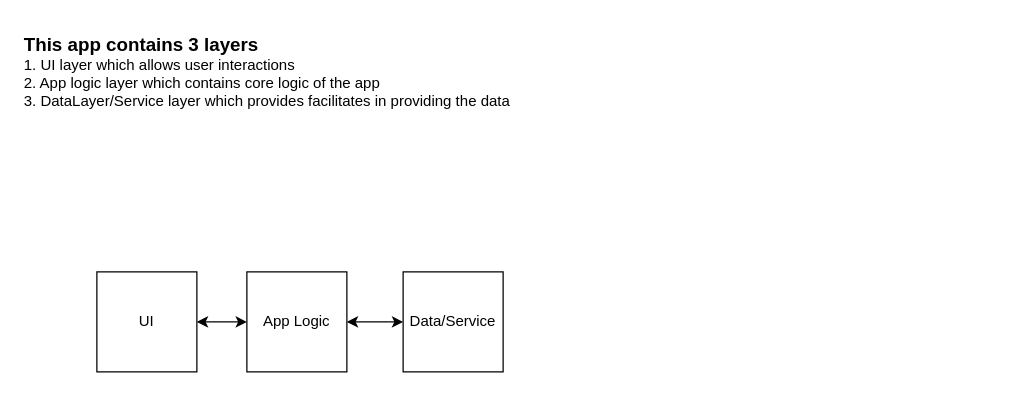
This is syntaxdb/architecture.drawio from iamnmanoj/100-days-of-code, a draw.io file, before an edit. Source tidied: cells renumbered, new cells numbered last; positions are measured from the earlier drawing's top-left corner, leaving out a move shared by most shapes. Both pictures are drawn from the tidied source at 125%, with x=0, y=0 at pixel (21, 21).
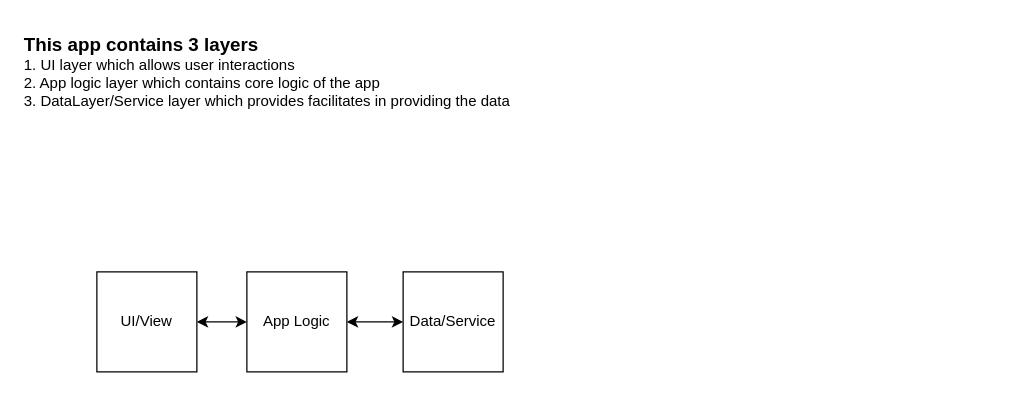
The same page after the edit.

Commit message:
updated architecture diagram

What changed in the source:
```diff
@@
 <mxGraphModel>
   <root>
     <mxCell id="0" />
     <mxCell id="1" parent="0" />
-    <mxCell id="2" value="UI" style="whiteSpace=wrap;html=1;" parent="1" vertex="1">
+    <mxCell id="2" value="UI/View" style="whiteSpace=wrap;html=1;" parent="1" vertex="1">
       <mxGeometry x="60" y="200" width="80" height="80" as="geometry" />
     </mxCell>
     <mxCell id="3" value="App Logic" style="whiteSpace=wrap;html=1;" parent="1" vertex="1">
       <mxGeometry x="180" y="200" width="80" height="80" as="geometry" />
     </mxCell>
     <mxCell id="4" value="Data/Service" style="whiteSpace=wrap;html=1;" parent="1" vertex="1">
       <mxGeometry x="305" y="200" width="80" height="80" as="geometry" />
     </mxCell>
     <mxCell id="5" style="endArrow=classic;startArrow=classic;html=1;rounded=0;" parent="1" edge="1" source="2" target="3">
       <mxGeometry relative="1" as="geometry" />
     </mxCell>
     <mxCell id="6" style="endArrow=classic;startArrow=classic;html=1;rounded=0;" parent="1" edge="1" source="3" target="4">
       <mxGeometry relative="1" as="geometry" />
     </mxCell>
     <mxCell id="7" value="&lt;b style=&quot;font-size: 15px;&quot;&gt;This app contains 3 layers&lt;br&gt;&lt;/b&gt;1. UI layer which allows user interactions&lt;br&gt;2. App logic layer which contains core logic of the app&lt;br&gt;3. DataLayer/Service layer which provides facilitates in providing the data" style="text;html=1;strokeColor=none;fillColor=none;align=left;verticalAlign=middle;whiteSpace=wrap;rounded=0;" parent="1" vertex="1">
       <mxGeometry width="780" height="80" as="geometry" />
     </mxCell>
   </root>
 </mxGraphModel>
```
